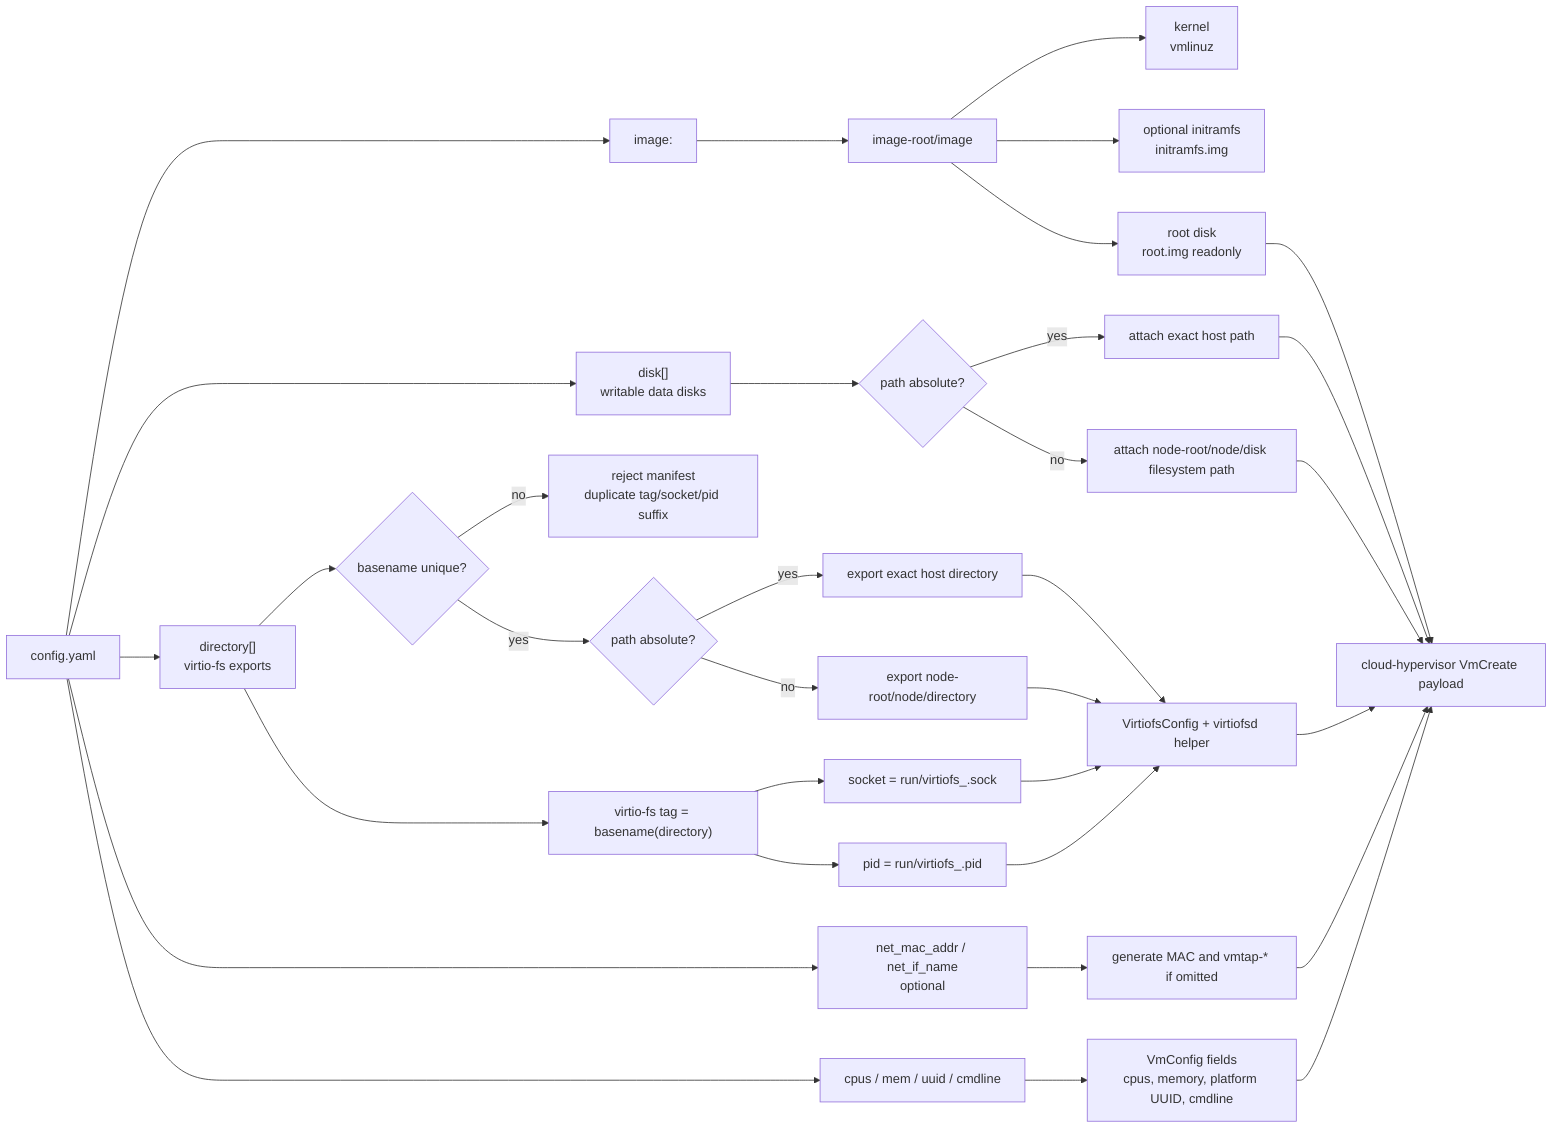
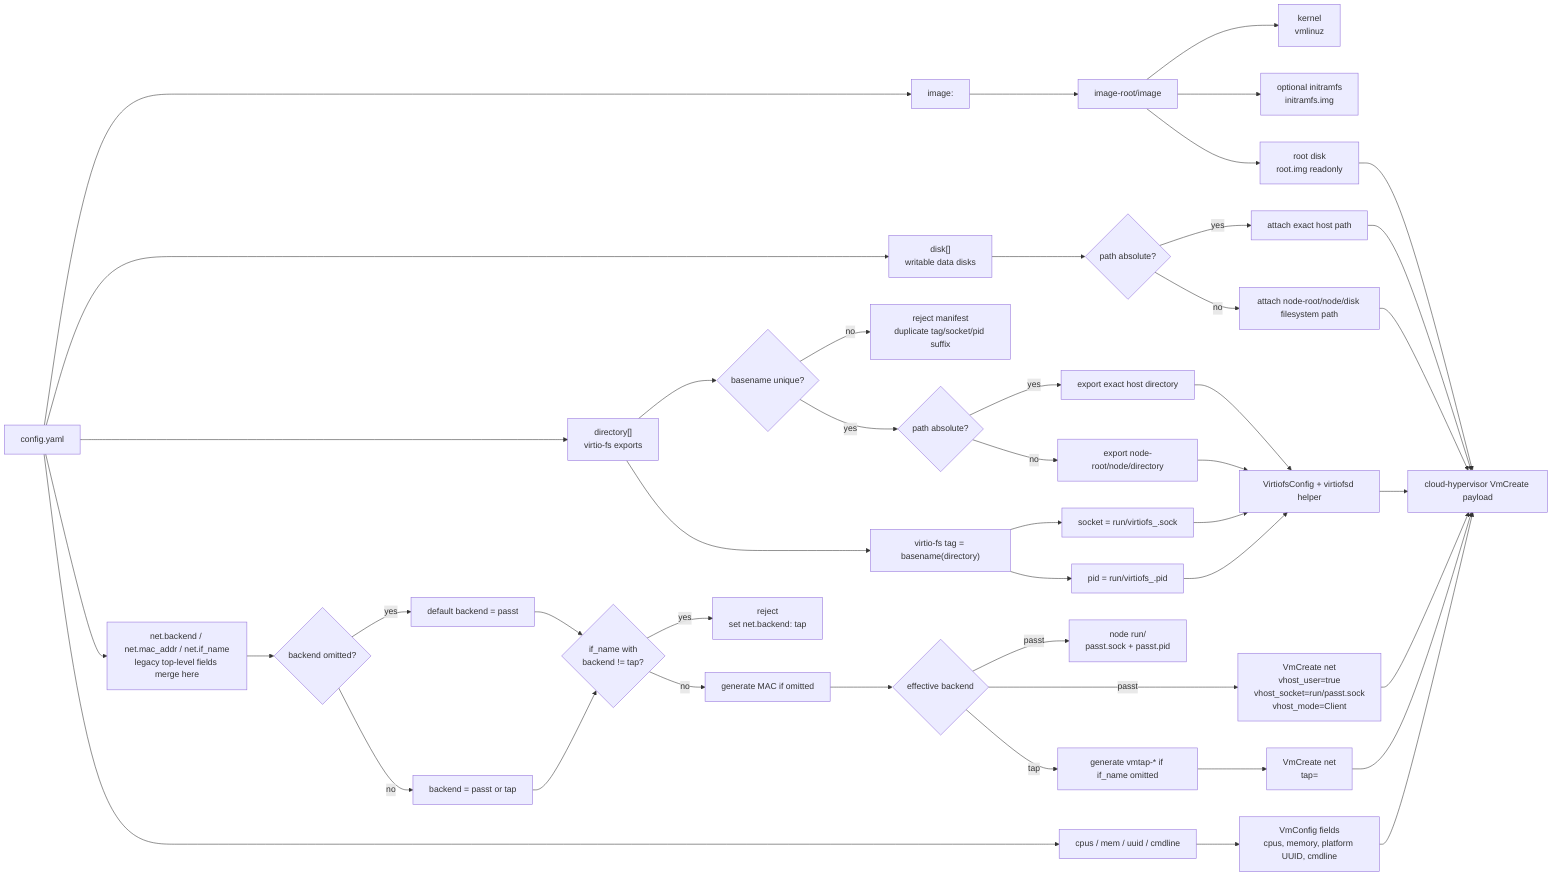
flowchart LR
    manifest["config.yaml"] --> image["image: <name>"]
    manifest --> disk["disk[]\nwritable data disks"]
    manifest --> directory["directory[]\nvirtio-fs exports"]
-     manifest --> net["net_mac_addr / net_if_name\noptional"]
+     manifest --> net["net.backend / net.mac_addr / net.if_name\nlegacy top-level fields merge here"]
    manifest --> cpuMem["cpus / mem / uuid / cmdline"]

    image --> imageBase["image-root/image"]
    imageBase --> kernel["kernel\nvmlinuz"]
    imageBase --> initrd["optional initramfs\ninitramfs.img"]
    imageBase --> root["root disk\nroot.img readonly"]

    disk --> diskRule{"path absolute?"}
    diskRule -- yes --> diskAbs["attach exact host path"]
    diskRule -- no --> diskNode["attach node-root/node/disk filesystem path"]

    directory --> baseRule{"basename unique?"}
    baseRule -- no --> reject["reject manifest\nduplicate tag/socket/pid suffix"]
    baseRule -- yes --> dirRule{"path absolute?"}
    dirRule -- yes --> dirAbs["export exact host directory"]
    dirRule -- no --> dirNode["export node-root/node/directory"]
    directory --> tag["virtio-fs tag = basename(directory)"]
    tag --> socket["socket = run/virtiofs_<tag>.sock"]
    tag --> pidfile["pid = run/virtiofs_<tag>.pid"]

-     net --> defaultNet["generate MAC and vmtap-* if omitted"]
+     net --> backendRule{"backend omitted?"}
+     backendRule -- yes --> defaultPasst["default backend = passt"]
+     backendRule -- no --> explicitBackend["backend = passt or tap"]
+     explicitBackend --> ifNameRule{"if_name with\nbackend != tap?"}
+     defaultPasst --> ifNameRule
+     ifNameRule -- yes --> rejectTap["reject\nset net.backend: tap"]
+     ifNameRule -- no --> macDefault["generate MAC if omitted"]
+     macDefault --> passtMap{"effective backend"}
+     passtMap -- passt --> passtFiles["node run/\npasst.sock + passt.pid"]
+     passtMap -- passt --> passtPayload["VmCreate net\nvhost_user=true\nvhost_socket=run/passt.sock\nvhost_mode=Client"]
+     passtMap -- tap --> tapDefault["generate vmtap-* if if_name omitted"]
+     tapDefault --> tapPayload["VmCreate net\ntap=<if_name>"]
+ 
    cpuMem --> vmPayload["VmConfig fields\ncpus, memory, platform UUID, cmdline"]

    root --> vm["cloud-hypervisor VmCreate payload"]
    diskAbs --> vm
    diskNode --> vm
    dirAbs --> vfs["VirtiofsConfig + virtiofsd helper"]
    dirNode --> vfs
    socket --> vfs
    pidfile --> vfs
    vfs --> vm
-     defaultNet --> vm
+     passtPayload --> vm
+     tapPayload --> vm
    vmPayload --> vm
